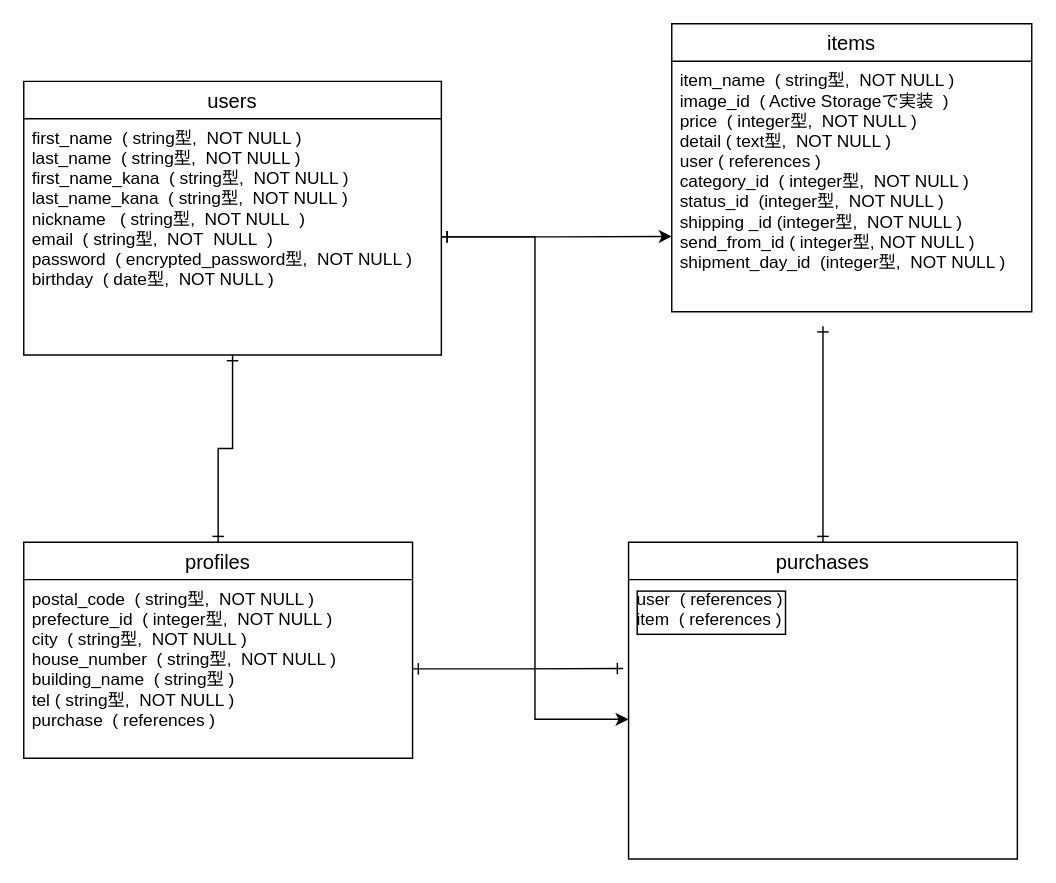
kimiko-i/furima-31997 keeps this draw.io diagram as config/furima.dio. Above is the earlier version. Source tidied: cells renumbered, new cells numbered last; positions are measured from the earlier drawing's top-left corner, leaving out a move shared by most shapes. Both pictures are drawn from the tidied source at 144%, with x=0, y=0 at pixel (23, 23).
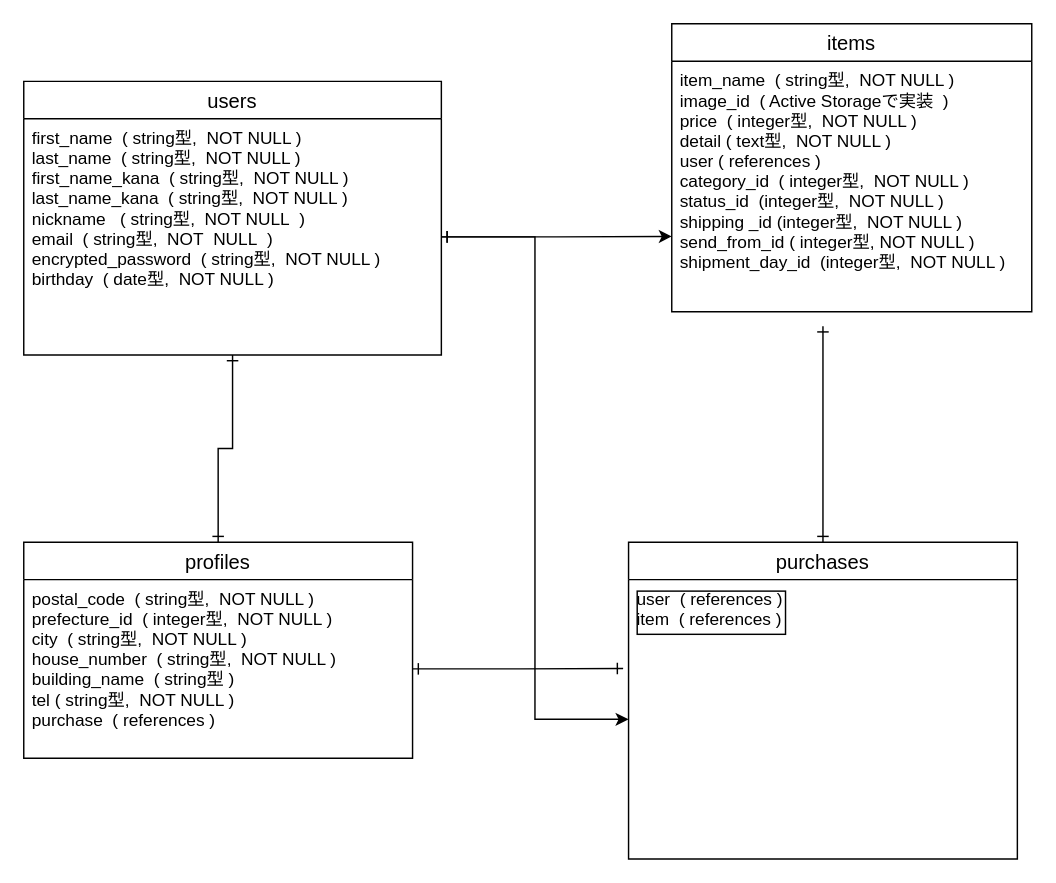
Above is the later version.

The edit, as a diff of the source:
```diff
@@
 <mxGraphModel>
   <root>
     <mxCell id="0" />
     <mxCell id="1" parent="0" />
     <mxCell id="2" style="edgeStyle=orthogonalEdgeStyle;rounded=0;jettySize=auto;html=1;entryX=0.5;entryY=0;entryDx=0;entryDy=0;endArrow=ERone;endFill=0;startArrow=ERone;startFill=0;" parent="1" edge="1" source="3" target="5">
       <mxGeometry relative="1" as="geometry" />
     </mxCell>
     <mxCell id="3" value="users" style="swimlane;fontStyle=0;horizontal=1;startSize=26;align=center;fontSize=14;" parent="1" vertex="1">
       <mxGeometry y="40" width="290" height="190" as="geometry" />
     </mxCell>
-    <mxCell id="4" value="first_name  ( string型,  NOT NULL )&#10;last_name  ( string型,  NOT NULL )&#10;first_name_kana  ( string型,  NOT NULL )&#10;last_name_kana  ( string型,  NOT NULL )&#10;nickname   ( string型,  NOT NULL  )&#10;email  ( string型,  NOT  NULL  )&#10;password  ( encrypted_password型,  NOT NULL )&#10;birthday  ( date型,  NOT NULL )&#10;&#10;" style="text;strokeColor=none;fillColor=none;spacingLeft=4;spacingRight=4;overflow=hidden;points=[[0,0.5],[1,0.5]];portConstraint=eastwest;fontSize=12;" parent="3" vertex="1">
+    <mxCell id="4" value="first_name  ( string型,  NOT NULL )&#10;last_name  ( string型,  NOT NULL )&#10;first_name_kana  ( string型,  NOT NULL )&#10;last_name_kana  ( string型,  NOT NULL )&#10;nickname   ( string型,  NOT NULL  )&#10;email  ( string型,  NOT  NULL  )&#10;encrypted_password  ( string型,  NOT NULL )&#10;birthday  ( date型,  NOT NULL )&#10;&#10;" style="text;strokeColor=none;fillColor=none;spacingLeft=4;spacingRight=4;overflow=hidden;points=[[0,0.5],[1,0.5]];portConstraint=eastwest;fontSize=12;" parent="3" vertex="1">
       <mxGeometry y="26" width="290" height="164" as="geometry" />
     </mxCell>
     <mxCell id="5" value="profiles" style="swimlane;fontStyle=0;horizontal=1;startSize=26;align=center;fontSize=14;" parent="1" vertex="1">
       <mxGeometry y="360" width="270" height="150" as="geometry" />
     </mxCell>
     <mxCell id="6" value="postal_code  ( string型,  NOT NULL )&#10;prefecture_id  ( integer型,  NOT NULL )&#10;city  ( string型,  NOT NULL )&#10;house_number  ( string型,  NOT NULL )&#10;building_name  ( string型 )&#10;tel ( string型,  NOT NULL )&#10;purchase  ( references )" style="text;strokeColor=none;fillColor=none;spacingLeft=4;spacingRight=4;overflow=hidden;points=[[0,0.5],[1,0.5]];portConstraint=eastwest;fontSize=12;" parent="5" vertex="1">
       <mxGeometry y="26" width="270" height="124" as="geometry" />
     </mxCell>
     <mxCell id="7" style="edgeStyle=orthogonalEdgeStyle;rounded=0;jettySize=auto;html=1;exitX=1;exitY=0.5;exitDx=0;exitDy=0;startArrow=ERone;startFill=0;endArrow=classic;endFill=1;" parent="1" edge="1" source="4">
       <mxGeometry relative="1" as="geometry">
         <mxPoint x="450" y="147.7" as="targetPoint" />
       </mxGeometry>
     </mxCell>
     <mxCell id="8" style="edgeStyle=orthogonalEdgeStyle;rounded=0;jettySize=auto;html=1;exitX=0.5;exitY=0;exitDx=0;exitDy=0;startArrow=ERone;startFill=0;endArrow=ERone;endFill=0;fontColor=#f0f0f0;" parent="1" edge="1" source="9">
       <mxGeometry relative="1" as="geometry">
         <mxPoint x="555" y="210" as="targetPoint" />
       </mxGeometry>
     </mxCell>
     <mxCell id="9" value="purchases" style="swimlane;fontStyle=0;horizontal=1;startSize=26;align=center;fontSize=14;" parent="1" vertex="1">
       <mxGeometry x="420" y="360" width="270" height="220" as="geometry" />
     </mxCell>
     <mxCell id="10" value="user  ( references )&#10;item  ( references )&#10;" style="text;strokeColor=none;fillColor=none;spacingLeft=4;spacingRight=4;overflow=hidden;points=[[0,0.5],[1,0.5]];portConstraint=eastwest;fontSize=12;labelBackgroundColor=none;verticalAlign=top;labelBorderColor=#000000;" parent="9" vertex="1">
       <mxGeometry y="26" width="270" height="194" as="geometry" />
     </mxCell>
     <mxCell id="11" style="edgeStyle=orthogonalEdgeStyle;rounded=0;jettySize=auto;html=1;startArrow=ERone;startFill=0;endArrow=classic;endFill=1;fontColor=#f0f0f0;" parent="1" edge="1" source="4" target="10">
       <mxGeometry relative="1" as="geometry" />
     </mxCell>
     <mxCell id="12" style="edgeStyle=orthogonalEdgeStyle;rounded=0;jettySize=auto;html=1;exitX=1;exitY=0.5;exitDx=0;exitDy=0;entryX=-0.014;entryY=0.318;entryDx=0;entryDy=0;entryPerimeter=0;startArrow=ERone;startFill=0;endArrow=ERone;endFill=0;fontColor=#f0f0f0;" parent="1" edge="1" source="6" target="10">
       <mxGeometry relative="1" as="geometry" />
     </mxCell>
     <mxCell id="13" value="items" style="swimlane;fontStyle=0;horizontal=1;startSize=26;align=center;fontSize=14;" parent="1" vertex="1">
       <mxGeometry x="450" width="250" height="200" as="geometry" />
     </mxCell>
     <mxCell id="14" value="item_name  ( string型,  NOT NULL )&#10;image_id  ( Active Storageで実装  )&#10;price  ( integer型,  NOT NULL )&#10;detail ( text型,  NOT NULL )&#10;user ( references )&#10;category_id  ( integer型,  NOT NULL )&#10;status_id  (integer型,  NOT NULL )&#10;shipping _id (integer型,  NOT NULL )&#10;send_from_id ( integer型, NOT NULL )&#10;shipment_day_id  (integer型,  NOT NULL )&#10;" style="text;strokeColor=none;fillColor=none;spacingLeft=4;spacingRight=4;overflow=hidden;fontSize=12;" parent="13" vertex="1">
       <mxGeometry y="26" width="250" height="174" as="geometry" />
     </mxCell>
   </root>
 </mxGraphModel>
```
